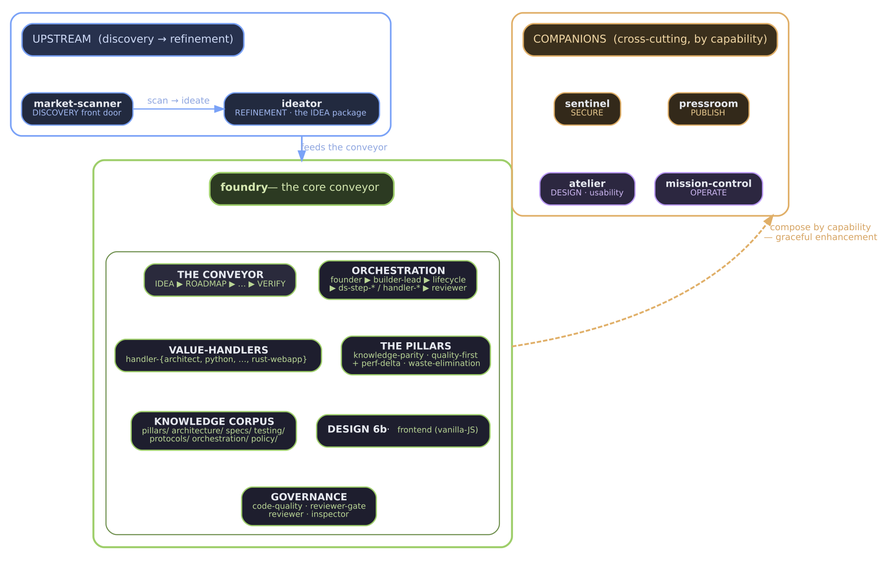
Before: plugins/foundry/knowledge/diagrams/01-domain-tree.png, a diagram exported from Graphviz (agentic-underground/idea-to-production). Its source is kept beside it as plugins/foundry/knowledge/diagrams/01-domain-tree.dot. The source it was exported from:
```dot
digraph DomainArchB {
  bgcolor="transparent"
  rankdir=TB
  compound=true
  newrank=true
  nodesep=0.30
  ranksep=0.55
  margin=0.18
  fontname="DejaVu Sans"

  node [shape=box, style="filled,rounded", fillcolor="#1e1e2e", color="#9aa2c0",
        fontcolor="#e6e9f0", fontname="DejaVu Sans", fontsize=11,
        penwidth=1.4, margin="0.16,0.10"]
  edge [color="#9aa2c0", fontcolor="#b8bed0", fontname="DejaVu Sans",
        fontsize=10, penwidth=1.3]


  subgraph cluster_upstream {
    label=""
    style="rounded"; color="#7aa2f7"; penwidth=1.8; bgcolor="transparent"; margin=12

    up_title [label="UPSTREAM  (discovery → refinement)", shape=box,
              style="filled,rounded", fillcolor="#27314d", color="#7aa2f7",
              fontcolor="#cdd9f6", fontsize=12, penwidth=1.6]
    scanner [label=<<b>market-scanner</b><br/><font point-size="9" color="#9fb6ee">DISCOVERY front door</font>>,
             fillcolor="#222a3f", color="#7aa2f7"]
    ideator [label=<<b>ideator</b><br/><font point-size="9" color="#9fb6ee">REFINEMENT &middot; the IDEA package</font>>,
             fillcolor="#222a3f", color="#7aa2f7"]

    { rank=same; scanner; ideator }
    up_title -> scanner [style=invis]
    scanner -> ideator [label="  scan → ideate  ", fontcolor="#8fa6e0", color="#7aa2f7",
                        weight=20]
  }

  subgraph cluster_core {
    label=""
    style="rounded"; color="#9ece6a"; penwidth=2.2; bgcolor="transparent"; margin=14

    core_title [label=<<b>foundry</b> &mdash; the core conveyor>, shape=box,
                style="filled,rounded", fillcolor="#2c3a22", color="#9ece6a",
                fontcolor="#d4e7b0", fontsize=12, penwidth=1.8]

    subgraph cluster_core_cells {
      label=""
      style="rounded"; color="#6f8f4e"; penwidth=1.2; bgcolor="transparent"; margin=10

      cell_conveyor [label=<<b>THE CONVEYOR</b><br/><font point-size="9" color="#b9d595">IDEA ▶ ROADMAP ▶ … ▶ VERIFY</font>>,
                     fillcolor="#2a2a3c", color="#9ece6a"]
      cell_orch [label=<<b>ORCHESTRATION</b><br/><font point-size="9" color="#b9d595">founder ▶ builder-lead ▶ lifecycle<br/>▶ ds-step-* / handler-* ▶ reviewer</font>>,
                 fillcolor="#1e1e2e", color="#9ece6a"]
      cell_handlers [label=<<b>VALUE-HANDLERS</b><br/><font point-size="9" color="#b9d595">handler-{architect, python, &hellip;, rust-webapp}</font>>,
                     fillcolor="#1e1e2e", color="#9ece6a"]
      cell_pillars [label=<<b>THE PILLARS</b><br/><font point-size="9" color="#b9d595">knowledge-parity &middot; quality-first<br/>+ perf-delta &middot; waste-elimination</font>>,
                    fillcolor="#1e1e2e", color="#9ece6a"]
      cell_corpus [label=<<b>KNOWLEDGE CORPUS</b><br/><font point-size="9" color="#b9d595">pillars/ architecture/ specs/ testing/<br/>protocols/ orchestration/ policy/</font>>,
                   fillcolor="#1e1e2e", color="#9ece6a"]
      cell_design [label=<<b>DESIGN 6b</b> &middot; <font point-size="9" color="#b9d595">frontend (vanilla-JS)</font>>,
                   fillcolor="#1e1e2e", color="#9ece6a"]
      cell_gov [label=<<b>GOVERNANCE</b><br/><font point-size="9" color="#b9d595">code-quality &middot; reviewer-gate<br/>reviewer &middot; inspector</font>>,
                fillcolor="#1e1e2e", color="#9ece6a"]

      { rank=same; cell_conveyor;  cell_orch }
      { rank=same; cell_handlers;  cell_pillars }
      { rank=same; cell_corpus;    cell_design }
      cell_conveyor  -> cell_handlers [style=invis]
      cell_orch      -> cell_pillars  [style=invis]
      cell_handlers  -> cell_corpus   [style=invis]
      cell_pillars   -> cell_design   [style=invis]
      cell_corpus    -> cell_gov      [style=invis]
      cell_design    -> cell_gov      [style=invis]
    }

    core_title -> cell_conveyor [style=invis]
    core_title -> cell_orch     [style=invis]
  }

  subgraph cluster_companions {
    label=""
    style="rounded"; color="#e0af68"; penwidth=1.8; bgcolor="transparent"; margin=12

    co_title [label="COMPANIONS  (cross-cutting, by capability)", shape=box,
              style="filled,rounded", fillcolor="#3a2f1c", color="#e0af68",
              fontcolor="#f0d6a4", fontsize=12, penwidth=1.6]
    sentinel [label=<<b>sentinel</b><br/><font point-size="9" color="#e8c98f">SECURE</font>>,
              fillcolor="#33291a", color="#e0af68"]
    pressroom [label=<<b>pressroom</b><br/><font point-size="9" color="#e8c98f">PUBLISH</font>>,
               fillcolor="#33291a", color="#e0af68"]
    atelier [label=<<b>atelier</b><br/><font point-size="9" color="#cbb6f0">DESIGN &middot; usability</font>>,
             fillcolor="#2c2740", color="#bb9af7"]
    mission [label=<<b>mission-control</b><br/><font point-size="9" color="#cbb6f0">OPERATE</font>>,
             fillcolor="#2c2740", color="#bb9af7"]

    { rank=same; sentinel;  pressroom }
    { rank=same; atelier;   mission }
    co_title  -> sentinel  [style=invis]
    co_title  -> pressroom [style=invis]
    sentinel  -> atelier   [style=invis, weight=10]
    pressroom -> mission   [style=invis, weight=10]
  }

  ideator -> core_title [ltail=cluster_upstream, lhead=cluster_core,
                         label="feeds the conveyor", color="#7aa2f7",
                         fontcolor="#8fa6e0", penwidth=1.8, weight=20]

  cell_pillars -> sentinel [ltail=cluster_core, lhead=cluster_companions,
                            label="compose by capability\n— graceful enhancement",
                            color="#e0af68", fontcolor="#d6a463", style=dashed,
                            penwidth=2.0, dir=both, arrowtail=none, weight=1,
                            constraint=false]
}
```
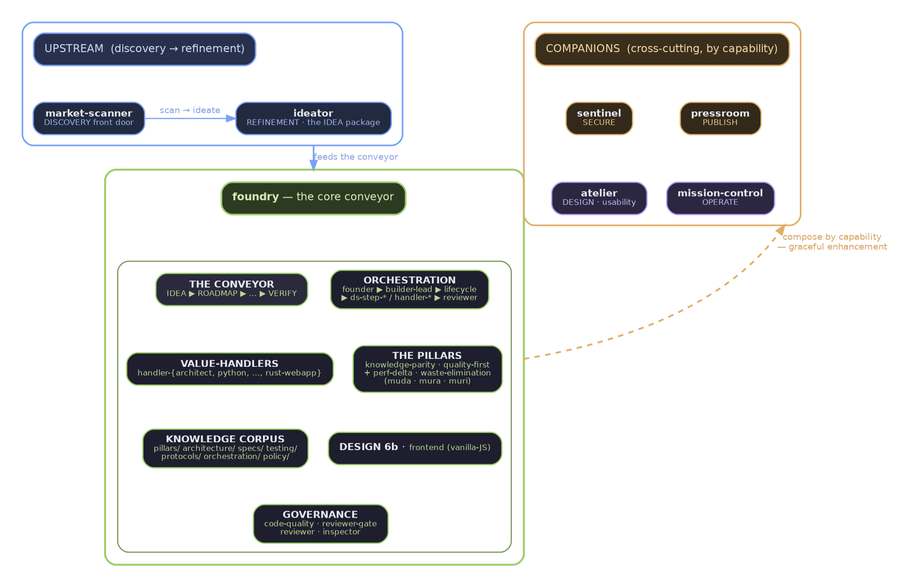
Later version of the same file.

Commit message:
docs(kaizen): rebuild the knowledge illustrations for KAIZEN + muda·mura·muri

What changed in the source:
```diff
@@ -51,7 +51,7 @@
                  fillcolor="#1e1e2e", color="#9ece6a"]
       cell_handlers [label=<<b>VALUE-HANDLERS</b><br/><font point-size="9" color="#b9d595">handler-{architect, python, &hellip;, rust-webapp}</font>>,
                      fillcolor="#1e1e2e", color="#9ece6a"]
-      cell_pillars [label=<<b>THE PILLARS</b><br/><font point-size="9" color="#b9d595">knowledge-parity &middot; quality-first<br/>+ perf-delta &middot; waste-elimination</font>>,
+      cell_pillars [label=<<b>THE PILLARS</b><br/><font point-size="9" color="#b9d595">knowledge-parity &middot; quality-first<br/>+ perf-delta &middot; waste-elimination<br/>(muda &middot; mura &middot; muri)</font>>,
                     fillcolor="#1e1e2e", color="#9ece6a"]
       cell_corpus [label=<<b>KNOWLEDGE CORPUS</b><br/><font point-size="9" color="#b9d595">pillars/ architecture/ specs/ testing/<br/>protocols/ orchestration/ policy/</font>>,
                    fillcolor="#1e1e2e", color="#9ece6a"]
```
